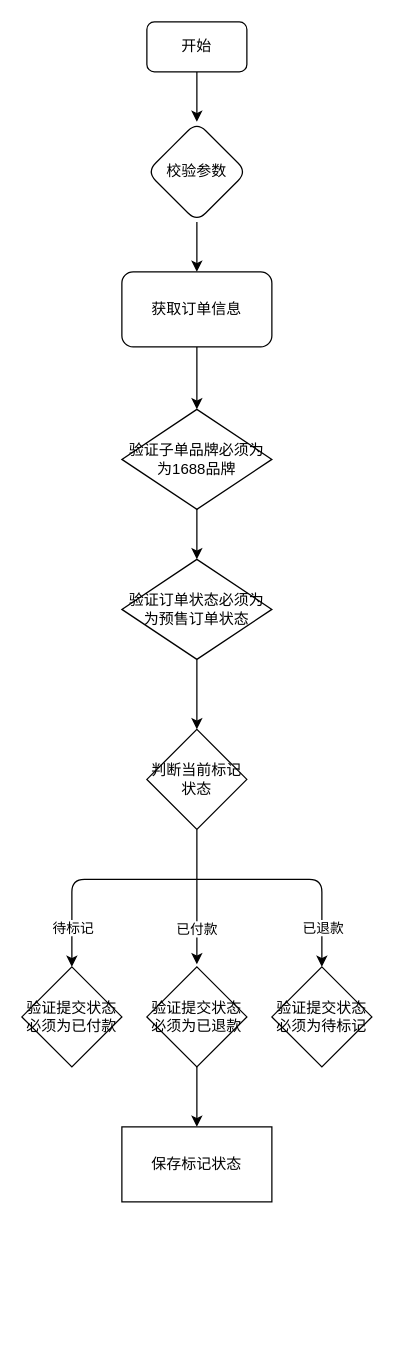
Above: 修改标记状态.drawio in 15219150444/my_self (draw.io), before the change. Source tidied: cells renumbered, new cells numbered last; positions are measured from the earlier drawing's top-left corner, leaving out a move shared by most shapes. Both pictures are drawn from the tidied source at 125%, with x=0, y=0 at pixel (21, 21).
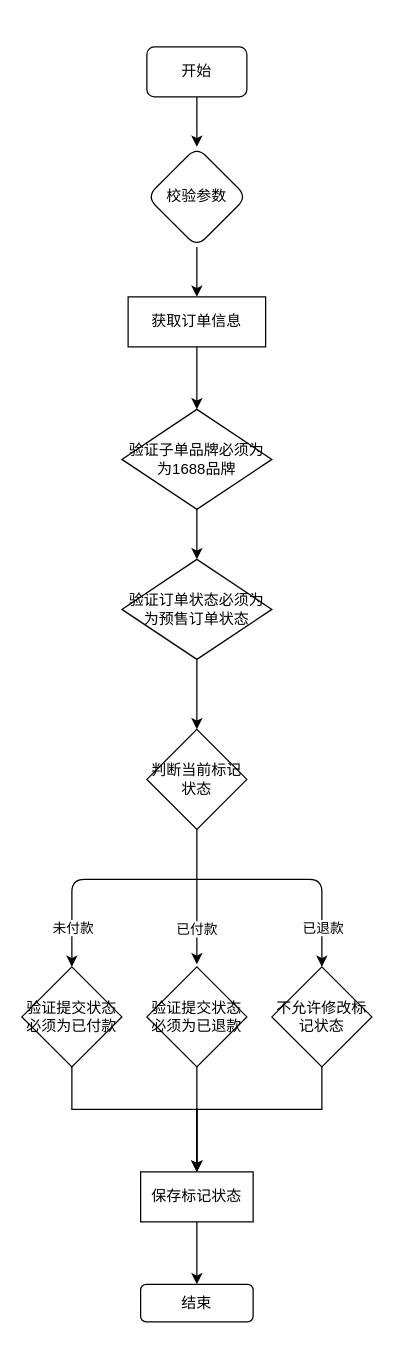
After the change.

Commit message:
更新修改标记状态.drawio

The change refers to these unchanged cells:
```xml
<mxCell id="9" style="endArrow=classic;html=1;rounded=1;entryX=0.5;entryY=0;entryDx=0;entryDy=0;" parent="1" edge="1" target="13">
  <mxGeometry relative="1" as="geometry">
    <mxPoint x="140" y="686" as="sourcePoint" />
    <Array as="points">
      <mxPoint x="40" y="686" />
    </Array>
  </mxGeometry>
</mxCell>
<mxCell id="13" value="验证提交状态必须为已付款" style="rhombus;whiteSpace=wrap;html=1;rounded=0;" parent="1" vertex="1">
  <mxGeometry y="756" width="80" height="80" as="geometry" />
</mxCell>
```

The edit, as a diff of the source:
```diff
@@
     <mxCell id="3" value="开始" style="rounded=1;whiteSpace=wrap;html=1;" parent="1" vertex="1">
-      <mxGeometry x="100" width="80" height="40" as="geometry" />
+      <mxGeometry x="100" y="20" width="80" height="40" as="geometry" />
     </mxCell>
-    <mxCell id="4" style="edgeStyle=orthogonalEdgeStyle;rounded=1;jettySize=auto;html=1;" parent="1" edge="1" source="5" target="6">
-      <mxGeometry relative="1" as="geometry" />
+    <mxCell id="4" style="edgeStyle=orthogonalEdgeStyle;rounded=1;jettySize=auto;html=1;" parent="1" edge="1" source="5">
+      <mxGeometry relative="1" as="geometry">
+        <mxPoint x="140" y="220" as="targetPoint" />
+      </mxGeometry>
     </mxCell>
     <mxCell id="5" value="校验参数" style="rhombus;whiteSpace=wrap;html=1;rounded=1;" parent="1" vertex="1">
-      <mxGeometry x="100" y="80" width="80" height="80" as="geometry" />
+      <mxGeometry x="100" y="100" width="80" height="80" as="geometry" />
     </mxCell>
-    <mxCell id="6" value="获取订单信息" style="whiteSpace=wrap;html=1;rounded=1;" parent="1" vertex="1">
-      <mxGeometry x="80" y="200" width="120" height="60" as="geometry" />
-    </mxCell>
@@
-    <mxCell id="10" value="待标记" style="edgeLabel;html=1;align=center;verticalAlign=middle;" parent="9" vertex="1">
+    <mxCell id="10" value="未付款" style="edgeLabel;html=1;align=center;verticalAlign=middle;" parent="9" vertex="1">
       <mxGeometry x="0.4" relative="1" as="geometry">
         <mxPoint y="19" as="offset" />
       </mxGeometry>
     </mxCell>
@@
-    <mxCell id="18" value="验证提交状态必须为待标记" style="rhombus;whiteSpace=wrap;html=1;rounded=0;" parent="1" vertex="1">
+    <mxCell id="18" value="不允许修改标记状态" style="rhombus;whiteSpace=wrap;html=1;rounded=0;" parent="1" vertex="1">
       <mxGeometry x="200" y="756" width="80" height="80" as="geometry" />
     </mxCell>
     <mxCell id="19" value="保存标记状态" style="whiteSpace=wrap;html=1;rounded=0;" parent="1" vertex="1">
-      <mxGeometry x="80" y="884" width="120" height="60" as="geometry" />
+      <mxGeometry x="95" y="920" width="90" height="40" as="geometry" />
     </mxCell>
@@
+    <mxCell id="24" style="endArrow=classic;html=1;rounded=0;exitX=0.5;exitY=1;exitDx=0;exitDy=0;" parent="1" edge="1" source="13">
+      <mxGeometry relative="1" as="geometry">
+        <mxPoint x="140" y="920" as="targetPoint" />
+        <Array as="points">
+          <mxPoint x="40" y="870" />
+          <mxPoint x="140" y="870" />
+        </Array>
+      </mxGeometry>
+    </mxCell>
+    <mxCell id="25" style="endArrow=classic;html=1;rounded=0;exitX=0.5;exitY=1;exitDx=0;exitDy=0;" parent="1" edge="1" source="18">
+      <mxGeometry relative="1" as="geometry">
+        <mxPoint x="140" y="920" as="targetPoint" />
+        <Array as="points">
+          <mxPoint x="240" y="870" />
+          <mxPoint x="140" y="870" />
+        </Array>
+      </mxGeometry>
+    </mxCell>
+    <mxCell id="26" style="endArrow=classic;html=1;rounded=0;exitX=0.5;exitY=1;exitDx=0;exitDy=0;" parent="1" edge="1" source="28">
+      <mxGeometry relative="1" as="geometry">
+        <mxPoint x="140" y="1040" as="targetPoint" />
+      </mxGeometry>
+    </mxCell>
+    <mxCell id="6" value="获取订单信息" style="rounded=0;whiteSpace=wrap;html=1;" parent="1" vertex="1">
+      <mxGeometry x="85" y="220" width="110" height="40" as="geometry" />
+    </mxCell>
+    <mxCell id="27" style="endArrow=classic;html=1;rounded=0;exitX=0.5;exitY=1;exitDx=0;exitDy=0;" parent="1" edge="1" source="19" target="28">
+      <mxGeometry relative="1" as="geometry" />
+    </mxCell>
+    <mxCell id="28" value="结束" style="rounded=1;whiteSpace=wrap;html=1;" parent="1" vertex="1">
+      <mxGeometry x="95" y="1010" width="90" height="30" as="geometry" />
+    </mxCell>
```
